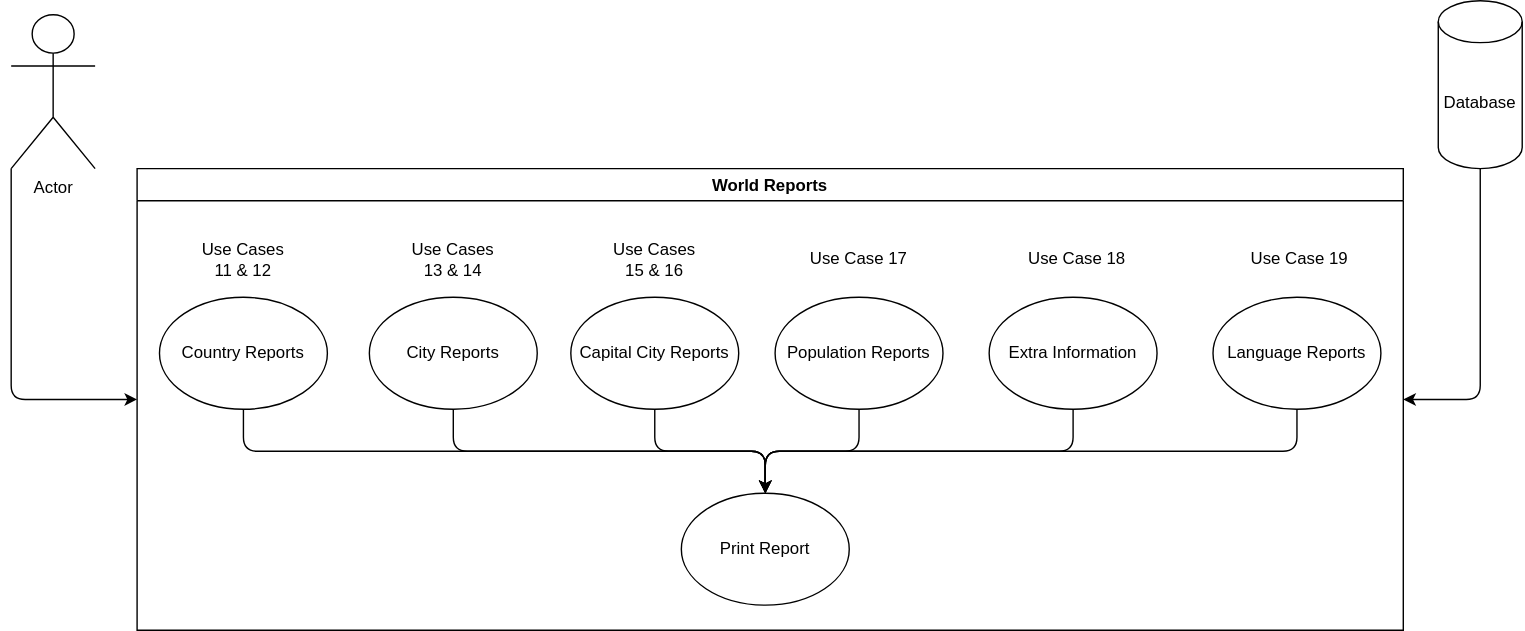
Above: use-cases/World_Reports_Diagram.svg in Dren2112/SEM-Assessment (draw.io), before the change. Source tidied: cells renumbered, new cells last; positions are measured from the earlier drawing's top-left corner, leaving out a move shared by most shapes.
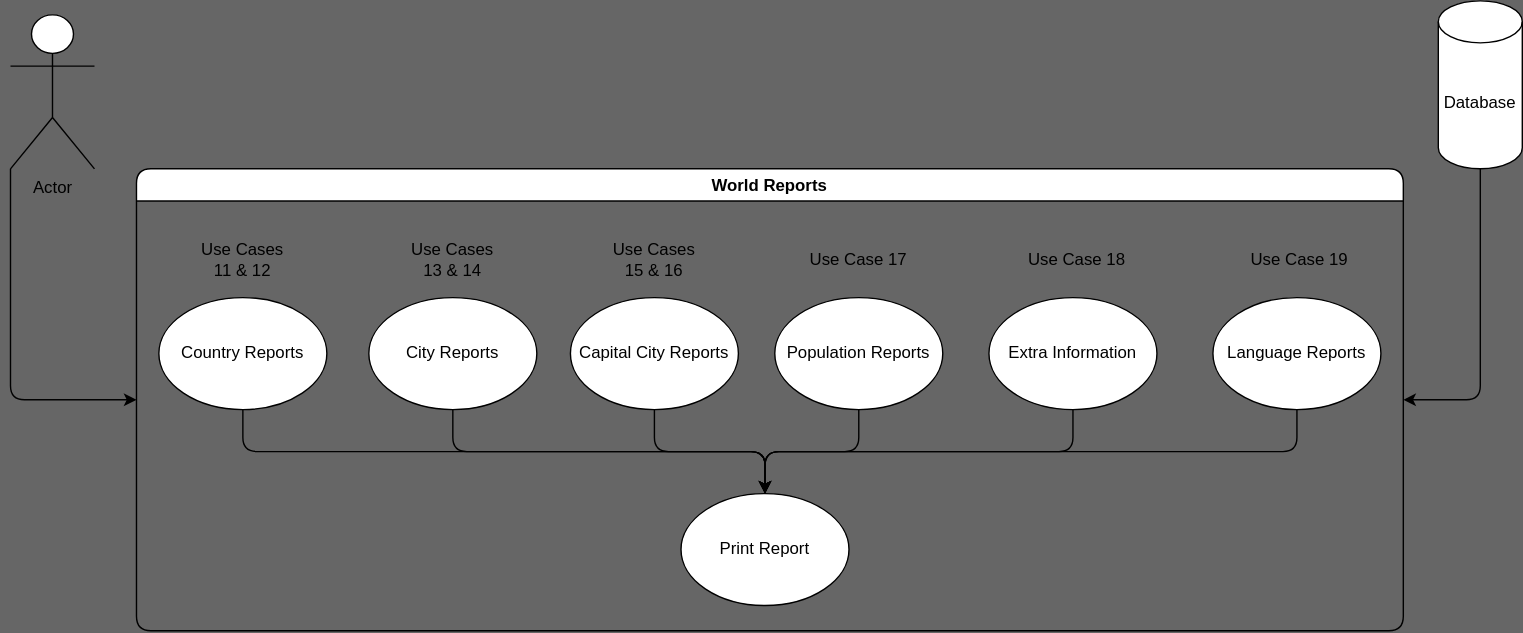
The same file after the commit.

Commit message:
- small edit to Use Case Diagram

What changed in the source:
```diff
@@ -1,35 +1,35 @@
-<mxGraphModel>
+<mxGraphModel background="#666666">
   <root>
     <mxCell id="0" />
     <mxCell id="1" parent="0" />
-    <mxCell id="2" value="World Reports" style="swimlane;" parent="1" vertex="1">
+    <mxCell id="2" value="World Reports" style="swimlane;rounded=1;" parent="1" vertex="1">
       <mxGeometry x="90" y="120" width="905" height="330" as="geometry" />
     </mxCell>
     <mxCell id="3" style="edgeStyle=orthogonalEdgeStyle;jettySize=auto;html=1;exitX=0.5;exitY=1;exitDx=0;exitDy=0;" parent="2" edge="1" source="4" target="11">
       <mxGeometry relative="1" as="geometry" />
     </mxCell>
-    <mxCell id="4" value="Country Reports" style="ellipse;whiteSpace=wrap;html=1;" parent="2" vertex="1">
+    <mxCell id="4" value="Country Reports" style="ellipse;whiteSpace=wrap;html=1;rounded=1;" parent="2" vertex="1">
       <mxGeometry x="16" y="92" width="120" height="80" as="geometry" />
     </mxCell>
     <mxCell id="5" style="edgeStyle=orthogonalEdgeStyle;jettySize=auto;html=1;exitX=0.5;exitY=1;exitDx=0;exitDy=0;" parent="2" edge="1" source="6" target="11">
       <mxGeometry relative="1" as="geometry" />
     </mxCell>
-    <mxCell id="6" value="City Reports" style="ellipse;whiteSpace=wrap;html=1;" parent="2" vertex="1">
+    <mxCell id="6" value="City Reports" style="ellipse;whiteSpace=wrap;html=1;rounded=1;" parent="2" vertex="1">
       <mxGeometry x="166" y="92" width="120" height="80" as="geometry" />
     </mxCell>
-    <mxCell id="7" value="Capital City Reports" style="ellipse;whiteSpace=wrap;html=1;" parent="2" vertex="1">
+    <mxCell id="7" value="Capital City Reports" style="ellipse;whiteSpace=wrap;html=1;rounded=1;" parent="2" vertex="1">
       <mxGeometry x="310" y="92" width="120" height="80" as="geometry" />
     </mxCell>
-    <mxCell id="8" value="Population Reports" style="ellipse;whiteSpace=wrap;html=1;" parent="2" vertex="1">
+    <mxCell id="8" value="Population Reports" style="ellipse;whiteSpace=wrap;html=1;rounded=1;" parent="2" vertex="1">
       <mxGeometry x="456" y="92" width="120" height="80" as="geometry" />
     </mxCell>
-    <mxCell id="9" value="Language Reports" style="ellipse;whiteSpace=wrap;html=1;" parent="2" vertex="1">
+    <mxCell id="9" value="Language Reports" style="ellipse;whiteSpace=wrap;html=1;rounded=1;" parent="2" vertex="1">
       <mxGeometry x="769" y="92" width="120" height="80" as="geometry" />
     </mxCell>
-    <mxCell id="10" value="Extra Information" style="ellipse;whiteSpace=wrap;html=1;" parent="2" vertex="1">
+    <mxCell id="10" value="Extra Information" style="ellipse;whiteSpace=wrap;html=1;rounded=1;" parent="2" vertex="1">
       <mxGeometry x="609" y="92" width="120" height="80" as="geometry" />
     </mxCell>
-    <mxCell id="11" value="Print Report" style="ellipse;whiteSpace=wrap;html=1;" parent="2" vertex="1">
+    <mxCell id="11" value="Print Report" style="ellipse;whiteSpace=wrap;html=1;rounded=1;" parent="2" vertex="1">
       <mxGeometry x="389" y="232" width="120" height="80" as="geometry" />
     </mxCell>
     <mxCell id="12" style="edgeStyle=orthogonalEdgeStyle;jettySize=auto;html=1;exitX=0.5;exitY=1;exitDx=0;exitDy=0;entryX=0.5;entryY=0;entryDx=0;entryDy=0;" parent="2" edge="1" source="9" target="11">
@@ -44,34 +44,34 @@
     <mxCell id="15" style="edgeStyle=orthogonalEdgeStyle;jettySize=auto;html=1;exitX=0.5;exitY=1;exitDx=0;exitDy=0;entryX=0.5;entryY=0;entryDx=0;entryDy=0;" parent="2" edge="1" source="7" target="11">
       <mxGeometry relative="1" as="geometry" />
     </mxCell>
-    <mxCell id="16" value="Use Cases 13 &amp;amp; 14" style="text;html=1;strokeColor=none;fillColor=none;align=center;verticalAlign=middle;whiteSpace=wrap;" parent="2" vertex="1">
+    <mxCell id="16" value="Use Cases 13 &amp;amp; 14" style="text;html=1;strokeColor=none;fillColor=none;align=center;verticalAlign=middle;whiteSpace=wrap;rounded=1;" parent="2" vertex="1">
       <mxGeometry x="189" y="50" width="74" height="30" as="geometry" />
     </mxCell>
-    <mxCell id="17" value="Use Cases 11 &amp;amp; 12" style="text;html=1;strokeColor=none;fillColor=none;align=center;verticalAlign=middle;whiteSpace=wrap;" parent="2" vertex="1">
+    <mxCell id="17" value="Use Cases 11 &amp;amp; 12" style="text;html=1;strokeColor=none;fillColor=none;align=center;verticalAlign=middle;whiteSpace=wrap;rounded=1;" parent="2" vertex="1">
       <mxGeometry x="39" y="50" width="74" height="30" as="geometry" />
     </mxCell>
-    <mxCell id="18" value="Use Cases 15 &amp;amp; 16" style="text;html=1;strokeColor=none;fillColor=none;align=center;verticalAlign=middle;whiteSpace=wrap;" parent="2" vertex="1">
+    <mxCell id="18" value="Use Cases 15 &amp;amp; 16" style="text;html=1;strokeColor=none;fillColor=none;align=center;verticalAlign=middle;whiteSpace=wrap;rounded=1;" parent="2" vertex="1">
       <mxGeometry x="333" y="50" width="74" height="30" as="geometry" />
     </mxCell>
-    <mxCell id="19" value="Use Case 19" style="text;html=1;strokeColor=none;fillColor=none;align=center;verticalAlign=middle;whiteSpace=wrap;" parent="2" vertex="1">
+    <mxCell id="19" value="Use Case 19" style="text;html=1;strokeColor=none;fillColor=none;align=center;verticalAlign=middle;whiteSpace=wrap;rounded=1;" parent="2" vertex="1">
       <mxGeometry x="792" y="50" width="78" height="30" as="geometry" />
     </mxCell>
-    <mxCell id="20" value="Use Case 18" style="text;html=1;strokeColor=none;fillColor=none;align=center;verticalAlign=middle;whiteSpace=wrap;" parent="2" vertex="1">
+    <mxCell id="20" value="Use Case 18" style="text;html=1;strokeColor=none;fillColor=none;align=center;verticalAlign=middle;whiteSpace=wrap;rounded=1;" parent="2" vertex="1">
       <mxGeometry x="635" y="50" width="74" height="30" as="geometry" />
     </mxCell>
-    <mxCell id="21" value="Use Case 17" style="text;html=1;strokeColor=none;fillColor=none;align=center;verticalAlign=middle;whiteSpace=wrap;" parent="2" vertex="1">
+    <mxCell id="21" value="Use Case 17" style="text;html=1;strokeColor=none;fillColor=none;align=center;verticalAlign=middle;whiteSpace=wrap;rounded=1;" parent="2" vertex="1">
       <mxGeometry x="479" y="50" width="74" height="30" as="geometry" />
     </mxCell>
     <mxCell id="22" style="edgeStyle=orthogonalEdgeStyle;jettySize=auto;html=1;exitX=0.5;exitY=1;exitDx=0;exitDy=0;exitPerimeter=0;entryX=1;entryY=0.5;entryDx=0;entryDy=0;" parent="1" edge="1" source="23" target="2">
       <mxGeometry relative="1" as="geometry" />
     </mxCell>
-    <mxCell id="23" value="Database" style="shape=cylinder3;whiteSpace=wrap;html=1;boundedLbl=1;backgroundOutline=1;size=15;" parent="1" vertex="1">
+    <mxCell id="23" value="Database" style="shape=cylinder3;whiteSpace=wrap;html=1;boundedLbl=1;backgroundOutline=1;size=15;rounded=1;" parent="1" vertex="1">
       <mxGeometry x="1020" width="60" height="120" as="geometry" />
     </mxCell>
     <mxCell id="24" style="edgeStyle=orthogonalEdgeStyle;jettySize=auto;html=1;exitX=0;exitY=1;exitDx=0;exitDy=0;exitPerimeter=0;entryX=0;entryY=0.5;entryDx=0;entryDy=0;" parent="1" edge="1" source="25" target="2">
       <mxGeometry relative="1" as="geometry" />
     </mxCell>
-    <mxCell id="25" value="Actor" style="shape=umlActor;verticalLabelPosition=bottom;verticalAlign=top;html=1;outlineConnect=0;" parent="1" vertex="1">
+    <mxCell id="25" value="Actor" style="shape=umlActor;verticalLabelPosition=bottom;verticalAlign=top;html=1;outlineConnect=0;rounded=1;" parent="1" vertex="1">
       <mxGeometry y="10" width="60" height="110" as="geometry" />
     </mxCell>
   </root>
```
